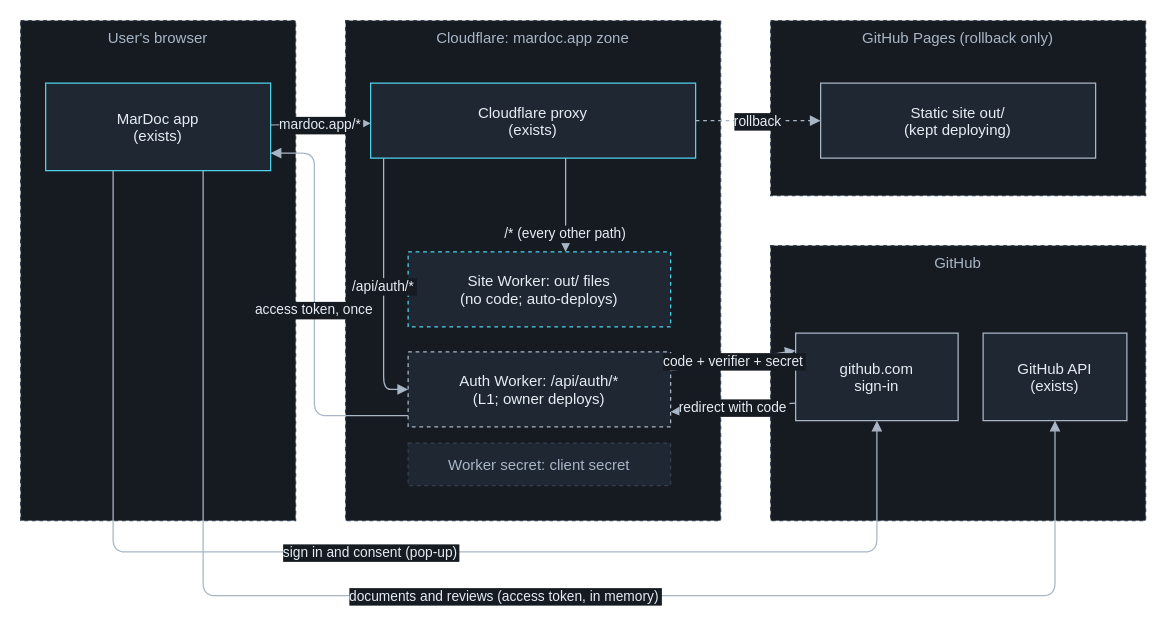
Earlier version of the draw.io diagram docs/design/cloudflare-hosting/diagrams/landscape.drawio (mardoc-app/mardoc-app.github.io). Source tidied: cells renumbered, new cells numbered last; positions are measured from the earlier drawing's top-left corner, leaving out a move shared by most shapes. Both pictures are drawn from the tidied source at 125%, with x=0, y=0 at pixel (20, 20).
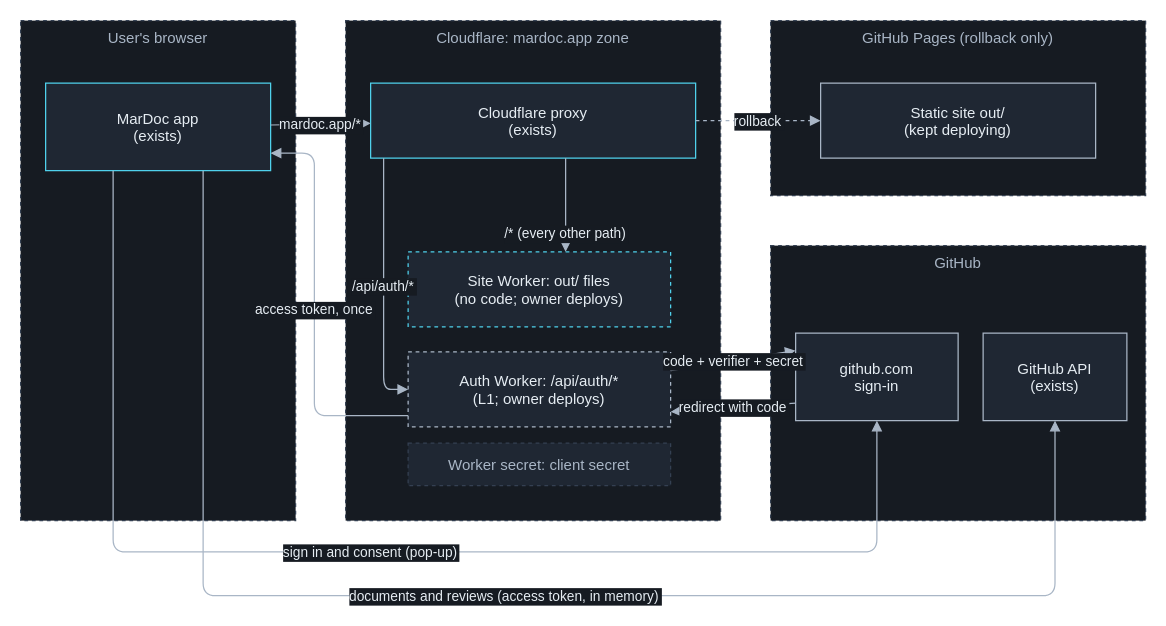
Above is the later version.

Commit message (it also covers changes not shown here):
CFH L0: owner deploys both Workers (no stored Cloudflare token); canary and URL-parity fixes; D-2 in Decisions; re-review dispositions

Change to the diagram source:
```diff
@@
-    <mxCell id="8" value="Site Worker: out/ files&#10;(no code; auto-deploys)" style="rounded=0;html=0;dashed=1;fillColor=#1f2733;strokeColor=#4fd1ec;fontColor=#e6edf3;" parent="1" vertex="1">
+    <mxCell id="8" value="Site Worker: out/ files&#10;(no code; owner deploys)" style="rounded=0;html=0;dashed=1;fillColor=#1f2733;strokeColor=#4fd1ec;fontColor=#e6edf3;" parent="1" vertex="1">
       <mxGeometry x="310" y="185" width="210" height="60" as="geometry" />
     </mxCell>
```
